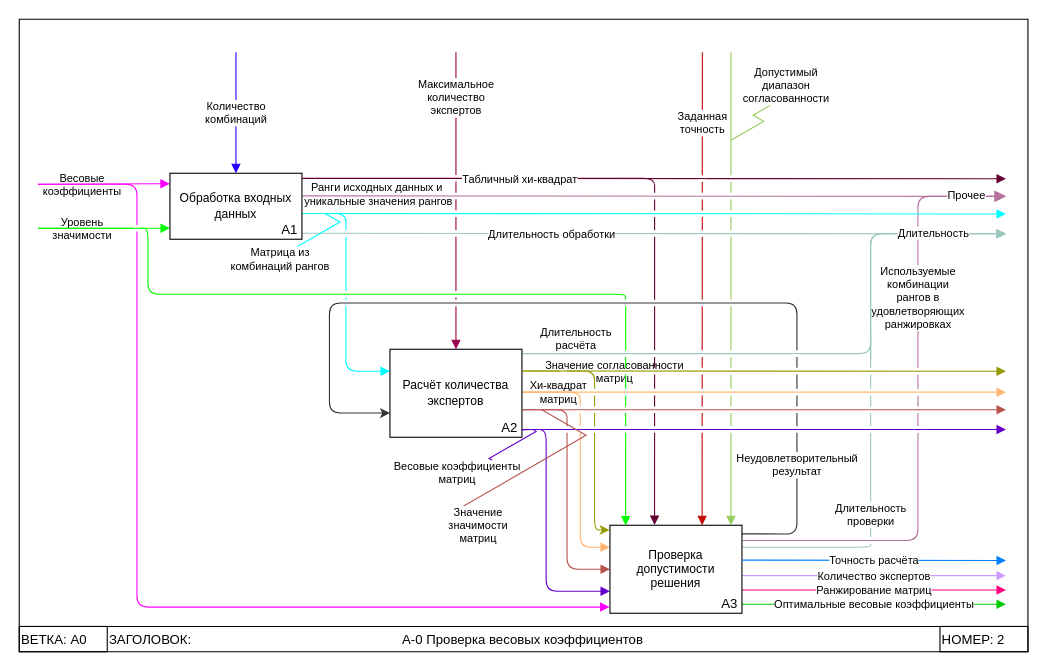
Above: page "А0" (2 of 3) of draw_io/idef0 prog v2.drawio in Dimj1k/Works (draw.io), before the change. Source tidied: cells renumbered, new cells numbered last; positions are measured from the earlier drawing's top-left corner, leaving out a move shared by most shapes. Both pictures are drawn from the tidied source at 110%, with x=0, y=0 at pixel (19, 19).
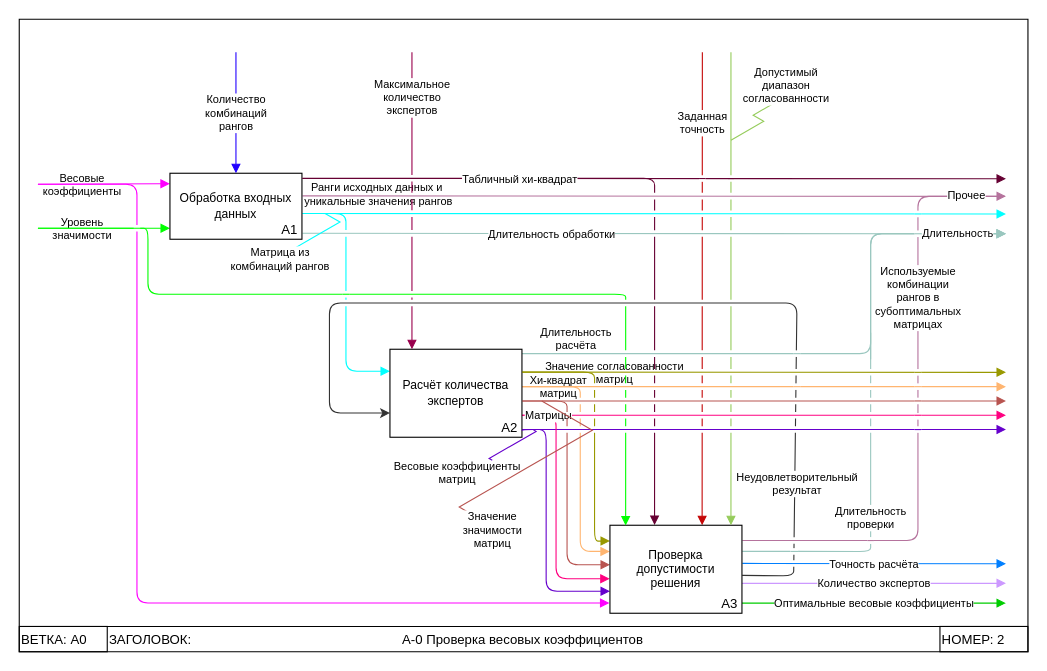
The same diagram, later.

Unchanged cells that the change refers to:
```xml
<mxCell id="12" style="swimlane;direction=west;fillColor=none;swimlaneFillColor=none;shadow=0;swimlaneLine=1;fontSize=10;" parent="1" vertex="1">
  <mxGeometry width="917" height="575" as="geometry" />
</mxCell>
<mxCell id="21" value="Обработка входных данных" style="rounded=0;whiteSpace=wrap;html=1;fontSize=11;" parent="20" vertex="1">
  <mxGeometry width="120" height="60" as="geometry" />
</mxCell>
<mxCell id="30" value="Расчёт количества экспертов" style="rounded=0;whiteSpace=wrap;html=1;fontSize=11;" parent="29" vertex="1">
  <mxGeometry width="120" height="80" as="geometry" />
</mxCell>
<mxCell id="31" value="&lt;font style=&quot;font-size: 12px;&quot;&gt;А2&lt;/font&gt;" style="text;html=1;strokeColor=none;fillColor=none;align=center;verticalAlign=middle;whiteSpace=wrap;rounded=0;fontSize=10;" parent="29" vertex="1">
  <mxGeometry x="98" y="63" width="22" height="17" as="geometry" />
</mxCell>
<mxCell id="42" value="Проверка допустимости решения" style="rounded=0;whiteSpace=wrap;html=1;fontSize=11;" parent="41" vertex="1">
  <mxGeometry width="120" height="80" as="geometry" />
</mxCell>
```

What changed in the source:
```diff
@@
+    <mxCell id="50" value="Точность расчёта" style="endArrow=block;html=1;rounded=0;exitX=1.003;exitY=0.371;exitDx=0;exitDy=0;exitPerimeter=0;fontSize=10;endFill=1;strokeColor=#007FFF;" parent="1" edge="1">
+      <mxGeometry relative="1" as="geometry">
+        <mxPoint x="657.4" y="494.7" as="sourcePoint" />
+        <mxPoint x="897" y="495" as="targetPoint" />
+      </mxGeometry>
+    </mxCell>
-    <mxCell id="2" value="Используемые&lt;br style=&quot;font-size: 10px;&quot;&gt;комбинации&lt;br style=&quot;font-size: 10px;&quot;&gt;рангов в&lt;br style=&quot;font-size: 10px;&quot;&gt;удовлетворяющих&lt;br style=&quot;font-size: 10px;&quot;&gt;ранжировках" style="edgeStyle=elbowEdgeStyle;elbow=horizontal;endArrow=block;html=1;rounded=1;endSize=8;startSize=8;endFill=1;strokeColor=#B5739D;exitX=1.003;exitY=0.174;exitDx=0;exitDy=0;exitPerimeter=0;jumpStyle=gap;fontSize=10;" parent="1" edge="1" source="42">
+    <mxCell id="2" value="Используемые&lt;br style=&quot;font-size: 10px;&quot;&gt;комбинации&lt;br style=&quot;font-size: 10px;&quot;&gt;рангов в&lt;br style=&quot;font-size: 10px;&quot;&gt;субоптимальных&lt;br style=&quot;font-size: 10px;&quot;&gt;матрицах" style="edgeStyle=elbowEdgeStyle;elbow=horizontal;endArrow=none;html=1;rounded=1;endSize=8;startSize=8;endFill=0;strokeColor=#B5739D;exitX=1.003;exitY=0.174;exitDx=0;exitDy=0;exitPerimeter=0;jumpStyle=gap;fontSize=10;strokeWidth=1;" parent="1" edge="1" source="42">
       <mxGeometry x="0.38" relative="1" as="geometry">
-        <mxPoint x="897" y="161" as="targetPoint" />
+        <mxPoint x="896" y="161" as="targetPoint" />
         <Array as="points">
           <mxPoint x="817" y="327" />
         </Array>
       </mxGeometry>
     </mxCell>
     <mxCell id="3" style="endArrow=block;html=1;rounded=0;endFill=1;exitX=1;exitY=0.08;exitDx=0;exitDy=0;exitPerimeter=0;strokeColor=#b85450;labelBackgroundColor=default;fillColor=#f8cecc;fontSize=10;" parent="1" edge="1">
       <mxGeometry x="-0.5" y="-45" relative="1" as="geometry">
-        <mxPoint x="457" y="355" as="sourcePoint" />
-        <mxPoint x="897" y="355" as="targetPoint" />
+        <mxPoint x="457" y="347" as="sourcePoint" />
+        <mxPoint x="897" y="347" as="targetPoint" />
       </mxGeometry>
     </mxCell>
-    <mxCell id="4" value="Ранжирование матриц" style="endArrow=block;html=1;rounded=0;exitX=1.003;exitY=0.371;exitDx=0;exitDy=0;exitPerimeter=0;fontSize=10;endFill=1;strokeColor=#FF0080;" parent="1" edge="1">
-      <mxGeometry relative="1" as="geometry">
-        <mxPoint x="657" y="518.8" as="sourcePoint" />
-        <mxPoint x="897" y="518.8" as="targetPoint" />
+    <mxCell id="4" style="endArrow=block;html=1;rounded=0;exitX=1.003;exitY=0.371;exitDx=0;exitDy=0;exitPerimeter=0;fontSize=10;endFill=1;strokeColor=#FF0080;" parent="1" edge="1">
+      <mxGeometry x="-0.89" relative="1" as="geometry">
+        <mxPoint x="457" y="360" as="sourcePoint" />
+        <mxPoint x="897" y="360" as="targetPoint" />
       </mxGeometry>
     </mxCell>
     <mxCell id="5" value="Оптимальные весовые коэффициенты" style="endArrow=block;html=1;rounded=0;exitX=1.003;exitY=0.371;exitDx=0;exitDy=0;exitPerimeter=0;fontSize=10;endFill=1;strokeColor=#00CC00;" parent="1" edge="1">
       <mxGeometry relative="1" as="geometry">
-        <mxPoint x="657" y="531.8" as="sourcePoint" />
-        <mxPoint x="897" y="531.8" as="targetPoint" />
+        <mxPoint x="657" y="530.8" as="sourcePoint" />
+        <mxPoint x="897" y="530.8" as="targetPoint" />
       </mxGeometry>
     </mxCell>
@@
     <mxCell id="7" value="Значение согласованности&lt;br style=&quot;border-color: var(--border-color); font-size: 10px;&quot;&gt;&lt;span style=&quot;font-size: 10px;&quot;&gt;матриц&lt;/span&gt;" style="endArrow=block;html=1;rounded=0;endFill=1;exitX=1;exitY=0.08;exitDx=0;exitDy=0;exitPerimeter=0;strokeColor=#999900;labelBackgroundColor=none;fontSize=10;" parent="1" edge="1">
       <mxGeometry x="-0.62" relative="1" as="geometry">
-        <mxPoint x="457" y="319.8" as="sourcePoint" />
-        <mxPoint x="897" y="320" as="targetPoint" />
+        <mxPoint x="457" y="320.8" as="sourcePoint" />
+        <mxPoint x="897" y="321" as="targetPoint" />
       </mxGeometry>
     </mxCell>
@@
+    <mxCell id="73" value="Матрицы" style="endArrow=block;html=1;rounded=1;exitX=1;exitY=0.75;exitDx=0;exitDy=0;entryX=-0.002;entryY=0.608;entryDx=0;entryDy=0;entryPerimeter=0;endFill=1;edgeStyle=elbowEdgeStyle;strokeColor=#ff0080;fontSize=10;" parent="12" edge="1" source="30" target="42">
+      <mxGeometry x="-0.79" relative="1" as="geometry">
+        <Array as="points">
+          <mxPoint x="488" y="436" />
+        </Array>
+      </mxGeometry>
+    </mxCell>
-    <mxCell id="13" value="Неудовлетворительный&lt;br style=&quot;font-size: 10px;&quot;&gt;результат" style="endArrow=classic;html=1;rounded=1;exitX=1;exitY=0.122;exitDx=0;exitDy=0;exitPerimeter=0;entryX=0;entryY=0.75;entryDx=0;entryDy=0;jumpStyle=gap;strokeColor=#333333;fontSize=10;" parent="12" edge="1">
-      <mxGeometry x="-0.73" relative="1" as="geometry">
-        <mxPoint x="657" y="467.8" as="sourcePoint" />
+    <mxCell id="13" value="Неудовлетворительный&lt;br style=&quot;font-size: 10px;&quot;&gt;результат" style="endArrow=classic;html=1;rounded=1;exitX=1.002;exitY=0.57;exitDx=0;exitDy=0;exitPerimeter=0;entryX=0;entryY=0.75;entryDx=0;entryDy=0;jumpStyle=gap;strokeColor=#333333;fontSize=10;" parent="12" edge="1" source="42">
+      <mxGeometry x="-0.7" y="-2" relative="1" as="geometry">
         <mxPoint x="337" y="358" as="targetPoint" />
         <Array as="points">
-          <mxPoint x="707" y="468" />
+          <mxPoint x="704" y="506" />
           <mxPoint x="707" y="258" />
           <mxPoint x="282" y="258" />
           <mxPoint x="282" y="358" />
         </Array>
       </mxGeometry>
     </mxCell>
@@
     <mxCell id="16" value="Хи-квадрат&lt;br style=&quot;font-size: 10px;&quot;&gt;матриц" style="endArrow=block;html=1;rounded=0;endFill=1;exitX=1;exitY=0.08;exitDx=0;exitDy=0;exitPerimeter=0;strokeColor=#FFB570;labelBackgroundColor=none;fontSize=10;" parent="12" edge="1">
       <mxGeometry x="-0.85" relative="1" as="geometry">
-        <mxPoint x="457" y="339" as="sourcePoint" />
-        <mxPoint x="897" y="339" as="targetPoint" />
+        <mxPoint x="457" y="334" as="sourcePoint" />
+        <mxPoint x="897" y="334" as="targetPoint" />
       </mxGeometry>
     </mxCell>
-    <mxCell id="17" style="endArrow=block;html=1;rounded=1;endFill=1;strokeColor=#FFB570;labelBackgroundColor=default;entryX=0;entryY=0.25;entryDx=0;entryDy=0;edgeStyle=orthogonalEdgeStyle;jumpStyle=gap;fontSize=10;" parent="12" edge="1" target="42">
+    <mxCell id="17" style="endArrow=block;html=1;rounded=1;endFill=1;strokeColor=#FFB570;labelBackgroundColor=default;entryX=-0.001;entryY=0.297;entryDx=0;entryDy=0;edgeStyle=orthogonalEdgeStyle;jumpStyle=gap;fontSize=10;entryPerimeter=0;" parent="12" edge="1" target="42">
       <mxGeometry x="-0.77" relative="1" as="geometry">
-        <mxPoint x="457" y="339" as="sourcePoint" />
+        <mxPoint x="457" y="334" as="sourcePoint" />
         <Array as="points">
-          <mxPoint x="510" y="339" />
-          <mxPoint x="510" y="480" />
+          <mxPoint x="510" y="334" />
+          <mxPoint x="510" y="484" />
+          <mxPoint x="537" y="484" />
         </Array>
       </mxGeometry>
     </mxCell>
@@
-    <mxCell id="19" style="endArrow=block;html=1;rounded=1;entryX=-0.003;entryY=0.93;entryDx=0;entryDy=0;endFill=1;labelBackgroundColor=none;strokeColor=#FF00FF;edgeStyle=elbowEdgeStyle;jumpStyle=gap;entryPerimeter=0;fontSize=10;" parent="12" edge="1" target="42">
+    <mxCell id="19" style="endArrow=block;html=1;rounded=1;entryX=-0.004;entryY=0.883;entryDx=0;entryDy=0;endFill=1;labelBackgroundColor=none;strokeColor=#FF00FF;edgeStyle=elbowEdgeStyle;jumpStyle=gap;entryPerimeter=0;fontSize=10;" parent="12" edge="1" target="42">
       <mxGeometry relative="1" as="geometry">
         <mxPoint x="17" y="150" as="sourcePoint" />
         <Array as="points">
           <mxPoint x="107" y="330" />
         </Array>
       </mxGeometry>
     </mxCell>
@@
-    <mxCell id="27" value="Количество&lt;br style=&quot;font-size: 10px;&quot;&gt;комбинаций" style="endArrow=block;html=1;rounded=0;strokeColor=#2200FF;entryX=0.5;entryY=0;entryDx=0;entryDy=0;endFill=1;fontSize=10;" parent="12" edge="1" target="21">
+    <mxCell id="27" value="Количество&lt;br style=&quot;font-size: 10px;&quot;&gt;комбинаций&lt;br&gt;рангов" style="endArrow=block;html=1;rounded=0;strokeColor=#2200FF;entryX=0.5;entryY=0;entryDx=0;entryDy=0;endFill=1;fontSize=10;" parent="12" edge="1" target="21">
       <mxGeometry relative="1" as="geometry">
         <mxPoint x="197" y="30" as="sourcePoint" />
       </mxGeometry>
     </mxCell>
-    <mxCell id="28" value="Длительность&lt;br style=&quot;font-size: 10px;&quot;&gt;проверки" style="edgeStyle=orthogonalEdgeStyle;rounded=1;orthogonalLoop=1;jettySize=auto;html=1;exitX=1;exitY=0.25;exitDx=0;exitDy=0;endArrow=block;endFill=1;strokeColor=#9ac7bf;jumpStyle=gap;fontSize=10;" parent="12" edge="1">
+    <mxCell id="28" value="Длительность&lt;br style=&quot;font-size: 10px;&quot;&gt;проверки" style="edgeStyle=orthogonalEdgeStyle;rounded=1;jettySize=auto;html=1;exitX=1.002;exitY=0.297;exitDx=0;exitDy=0;endArrow=block;endFill=1;strokeColor=#9ac7bf;jumpStyle=gap;fontSize=10;exitPerimeter=0;" parent="12" edge="1" source="42">
       <mxGeometry x="-0.44" relative="1" as="geometry">
-        <mxPoint x="657" y="480" as="sourcePoint" />
         <mxPoint x="897" y="195" as="targetPoint" />
         <Array as="points">
-          <mxPoint x="774" y="480" />
+          <mxPoint x="774" y="484" />
           <mxPoint x="774" y="195" />
         </Array>
       </mxGeometry>
     </mxCell>
@@
-    <mxCell id="32" style="endArrow=block;html=1;rounded=1;endFill=1;exitX=1.003;exitY=0.687;exitDx=0;exitDy=0;exitPerimeter=0;strokeColor=#b85450;labelBackgroundColor=default;fillColor=#f8cecc;entryX=0;entryY=0.5;entryDx=0;entryDy=0;edgeStyle=orthogonalEdgeStyle;jumpStyle=gap;fontSize=10;" parent="12" edge="1" source="30" target="42">
+    <mxCell id="32" style="endArrow=block;html=1;rounded=1;endFill=1;exitX=1.003;exitY=0.687;exitDx=0;exitDy=0;exitPerimeter=0;strokeColor=#b85450;labelBackgroundColor=default;fillColor=#f8cecc;entryX=0;entryY=0.449;entryDx=0;entryDy=0;edgeStyle=orthogonalEdgeStyle;jumpStyle=gap;fontSize=10;entryPerimeter=0;" parent="12" edge="1" target="42">
       <mxGeometry x="-0.64" y="7" relative="1" as="geometry">
+        <mxPoint x="457.4" y="347" as="sourcePoint" />
         <Array as="points">
-          <mxPoint x="498" y="355" />
-          <mxPoint x="498" y="500" />
+          <mxPoint x="498" y="347" />
+          <mxPoint x="498" y="496" />
+          <mxPoint x="537" y="496" />
         </Array>
         <mxPoint y="-1" as="offset" />
       </mxGeometry>
     </mxCell>
-    <mxCell id="33" style="endArrow=block;html=1;rounded=1;endFill=1;exitX=1.011;exitY=0.651;exitDx=0;exitDy=0;exitPerimeter=0;strokeColor=#6600CC;labelBackgroundColor=default;fillColor=#f8cecc;entryX=0;entryY=0.75;entryDx=0;entryDy=0;edgeStyle=orthogonalEdgeStyle;fontSize=10;" parent="12" edge="1" source="31" target="42">
+    <mxCell id="33" style="endArrow=block;html=1;rounded=1;endFill=1;exitX=1.011;exitY=0.651;exitDx=0;exitDy=0;exitPerimeter=0;strokeColor=#6600CC;labelBackgroundColor=default;fillColor=#f8cecc;edgeStyle=orthogonalEdgeStyle;fontSize=10;entryX=0;entryY=0.75;entryDx=0;entryDy=0;" parent="12" edge="1" source="31" target="42">
       <mxGeometry x="-0.59" relative="1" as="geometry">
         <Array as="points">
+          <mxPoint x="457" y="373" />
           <mxPoint x="479" y="373" />
           <mxPoint x="479" y="520" />
         </Array>
       </mxGeometry>
     </mxCell>
-    <mxCell id="34" style="endArrow=classic;html=1;rounded=1;exitX=1.003;exitY=0.248;exitDx=0;exitDy=0;entryX=-0.003;entryY=0.054;entryDx=0;entryDy=0;entryPerimeter=0;edgeStyle=orthogonalEdgeStyle;exitPerimeter=0;strokeColor=#999900;jumpStyle=gap;fontSize=10;" parent="12" edge="1" source="30" target="42">
+    <mxCell id="34" style="endArrow=block;html=1;rounded=1;exitX=1.003;exitY=0.248;exitDx=0;exitDy=0;entryX=0;entryY=0.18;entryDx=0;entryDy=0;entryPerimeter=0;edgeStyle=orthogonalEdgeStyle;exitPerimeter=0;strokeColor=#999900;jumpStyle=gap;fontSize=10;endFill=1;" parent="12" edge="1" target="42">
       <mxGeometry relative="1" as="geometry">
+        <mxPoint x="457.4" y="320.8" as="sourcePoint" />
         <Array as="points">
-          <mxPoint x="523" y="320" />
-          <mxPoint x="523" y="464" />
+          <mxPoint x="523" y="321" />
+          <mxPoint x="523" y="474" />
+          <mxPoint x="537" y="474" />
         </Array>
       </mxGeometry>
     </mxCell>
     <mxCell id="35" value="Количество экспертов" style="endArrow=block;html=1;rounded=0;exitX=1.003;exitY=0.371;exitDx=0;exitDy=0;exitPerimeter=0;fontSize=10;endFill=1;strokeColor=#CC99FF;" parent="12" edge="1">
       <mxGeometry relative="1" as="geometry">
-        <mxPoint x="657" y="505.8" as="sourcePoint" />
-        <mxPoint x="897" y="505.8" as="targetPoint" />
+        <mxPoint x="657" y="512.8" as="sourcePoint" />
+        <mxPoint x="897" y="512.8" as="targetPoint" />
       </mxGeometry>
     </mxCell>
@@
     <mxCell id="39" value="Длительность" style="text;html=1;align=center;verticalAlign=middle;strokeColor=none;fillColor=none;fontSize=10;labelBackgroundColor=default;" parent="12" vertex="1">
-      <mxGeometry x="786" y="179" width="90" height="30" as="geometry" />
+      <mxGeometry x="808" y="179" width="90" height="30" as="geometry" />
     </mxCell>
@@
     <mxCell id="47" value="Значение&lt;br style=&quot;border-color: var(--border-color);&quot;&gt;значимости&lt;br style=&quot;border-color: var(--border-color);&quot;&gt;матриц" style="edgeStyle=isometricEdgeStyle;endArrow=none;html=1;rounded=0;elbow=vertical;strokeColor=#b85450;fontSize=10;" parent="1" edge="1">
-      <mxGeometry x="-0.81" y="1" relative="1" as="geometry">
-        <mxPoint x="437" y="470" as="sourcePoint" />
-        <mxPoint x="475" y="355" as="targetPoint" />
+      <mxGeometry x="-0.86" y="3" relative="1" as="geometry">
+        <mxPoint x="446" y="470" as="sourcePoint" />
+        <mxPoint x="475" y="347" as="targetPoint" />
       </mxGeometry>
     </mxCell>
@@
-    <mxCell id="50" value="Точность расчёта" style="endArrow=block;html=1;rounded=0;exitX=1.003;exitY=0.371;exitDx=0;exitDy=0;exitPerimeter=0;fontSize=10;endFill=1;strokeColor=#007FFF;" parent="1" edge="1">
-      <mxGeometry relative="1" as="geometry">
-        <mxPoint x="657.4" y="491.7" as="sourcePoint" />
-        <mxPoint x="897" y="492" as="targetPoint" />
-      </mxGeometry>
-    </mxCell>
-    <mxCell id="51" value="Максимальное&lt;br style=&quot;font-size: 10px;&quot;&gt;количество&lt;br style=&quot;font-size: 10px;&quot;&gt;экспертов" style="endArrow=block;html=1;rounded=0;entryX=0.5;entryY=0;entryDx=0;entryDy=0;strokeColor=#99004D;jumpStyle=gap;endFill=1;fontSize=10;" parent="1" edge="1" target="30">
+    <mxCell id="51" value="Максимальное&lt;br style=&quot;font-size: 10px;&quot;&gt;количество&lt;br style=&quot;font-size: 10px;&quot;&gt;экспертов" style="endArrow=block;html=1;rounded=0;entryX=0.5;entryY=0;entryDx=0;entryDy=0;strokeColor=#99004D;jumpStyle=gap;endFill=1;fontSize=10;" parent="1" edge="1">
       <mxGeometry x="-0.7" relative="1" as="geometry">
-        <mxPoint x="397" y="30" as="sourcePoint" />
+        <mxPoint x="357" y="30" as="sourcePoint" />
+        <mxPoint x="357" y="300" as="targetPoint" />
       </mxGeometry>
     </mxCell>
@@
     <mxCell id="63" style="rounded=0;whiteSpace=wrap;html=1;fillColor=default;strokeColor=none;" parent="1" vertex="1">
-      <mxGeometry x="704" y="336" width="6" height="6" as="geometry" />
+      <mxGeometry x="704" y="331" width="6" height="6" as="geometry" />
     </mxCell>
@@
     <mxCell id="65" style="rounded=0;whiteSpace=wrap;html=1;fillColor=default;strokeColor=none;" parent="1" vertex="1">
-      <mxGeometry x="814" y="336" width="6" height="6" as="geometry" />
+      <mxGeometry x="814" y="331" width="6" height="6" as="geometry" />
     </mxCell>
@@
     <mxCell id="67" style="rounded=0;whiteSpace=wrap;html=1;fillColor=default;strokeColor=none;" parent="1" vertex="1">
-      <mxGeometry x="814" y="317" width="6" height="6" as="geometry" />
+      <mxGeometry x="814" y="318" width="6" height="6" as="geometry" />
     </mxCell>
@@
     <mxCell id="69" style="rounded=0;whiteSpace=wrap;html=1;fillColor=default;strokeColor=none;" parent="1" vertex="1">
-      <mxGeometry x="814" y="352" width="6" height="6" as="geometry" />
+      <mxGeometry x="814" y="344" width="6" height="6" as="geometry" />
     </mxCell>
@@
+    <mxCell id="74" style="rounded=0;whiteSpace=wrap;html=1;fillColor=default;strokeColor=none;" parent="1" vertex="1">
+      <mxGeometry x="814" y="358" width="6" height="6" as="geometry" />
+    </mxCell>
+    <mxCell id="75" style="endArrow=none;html=1;rounded=0;entryX=1;entryY=0.5;entryDx=0;entryDy=0;strokeColor=#ff0080;exitX=0;exitY=0.5;exitDx=0;exitDy=0;" parent="1" edge="1">
+      <mxGeometry relative="1" as="geometry">
+        <mxPoint x="814" y="360" as="sourcePoint" />
+        <mxPoint x="820" y="360" as="targetPoint" />
+      </mxGeometry>
+    </mxCell>
+    <mxCell id="76" style="rounded=0;whiteSpace=wrap;html=1;fillColor=default;strokeColor=none;" parent="1" vertex="1">
+      <mxGeometry x="701" y="480.8" width="7" height="6" as="geometry" />
+    </mxCell>
+    <mxCell id="77" style="endArrow=none;html=1;rounded=0;entryX=1;entryY=0.5;entryDx=0;entryDy=0;strokeColor=#9ac7bf;exitX=0;exitY=0.5;exitDx=0;exitDy=0;" parent="1" edge="1" source="76" target="76">
+      <mxGeometry relative="1" as="geometry" />
+    </mxCell>
+    <mxCell id="78" style="rounded=0;whiteSpace=wrap;html=1;fillColor=default;strokeColor=none;" parent="1" vertex="1">
+      <mxGeometry x="814" y="174" width="6" height="6" as="geometry" />
+    </mxCell>
+    <mxCell id="79" style="endArrow=none;html=1;rounded=0;entryX=1;entryY=0.5;entryDx=0;entryDy=0;strokeColor=#00ffff;exitX=0;exitY=0.5;exitDx=0;exitDy=0;" parent="1" edge="1" source="78" target="78">
+      <mxGeometry relative="1" as="geometry" />
+    </mxCell>
+    <mxCell id="80" style="rounded=0;whiteSpace=wrap;html=1;fillColor=default;strokeColor=none;" parent="1" vertex="1">
+      <mxGeometry x="814" y="192" width="6" height="6" as="geometry" />
+    </mxCell>
+    <mxCell id="81" style="endArrow=none;html=1;rounded=0;entryX=1;entryY=0.5;entryDx=0;entryDy=0;strokeColor=#9ac7bf;exitX=0;exitY=0.5;exitDx=0;exitDy=0;" parent="1" edge="1" source="80" target="80">
+      <mxGeometry relative="1" as="geometry" />
+    </mxCell>
```
